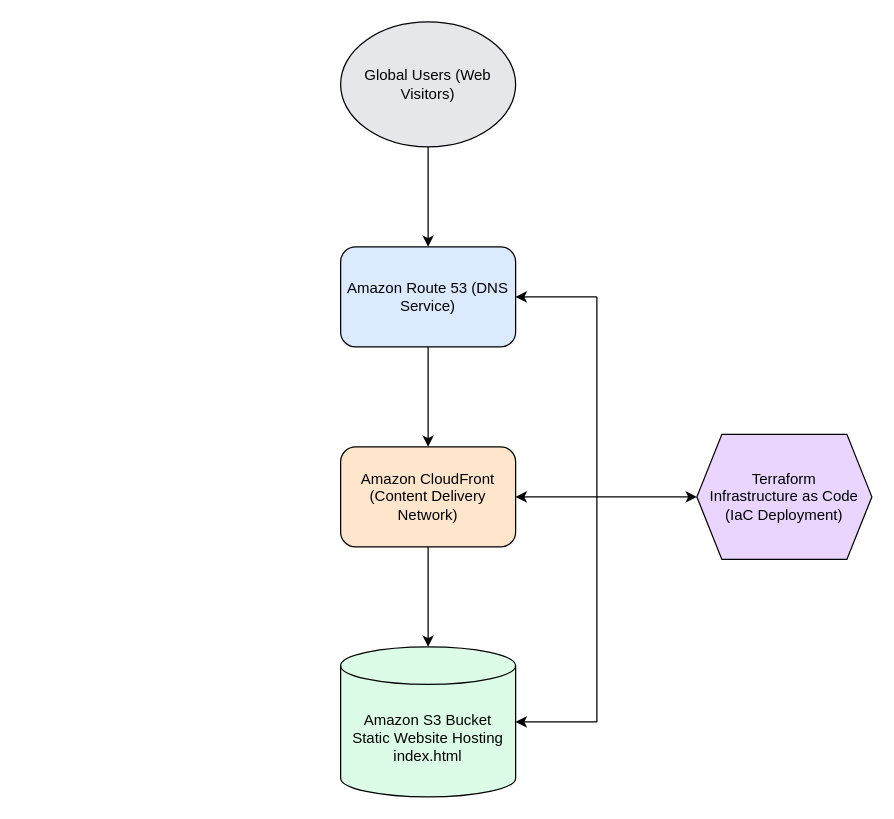
The draw.io diagram cloud_programming_diagram 1.drawio in Matasem-h/SimpleFlowcharts, before the edit. Source tidied: cells renumbered, new cells numbered last; positions are measured from the earlier drawing's top-left corner, leaving out a move shared by most shapes. Both pictures are drawn from the tidied source at 125%, with x=0, y=0 at pixel (340, 21).
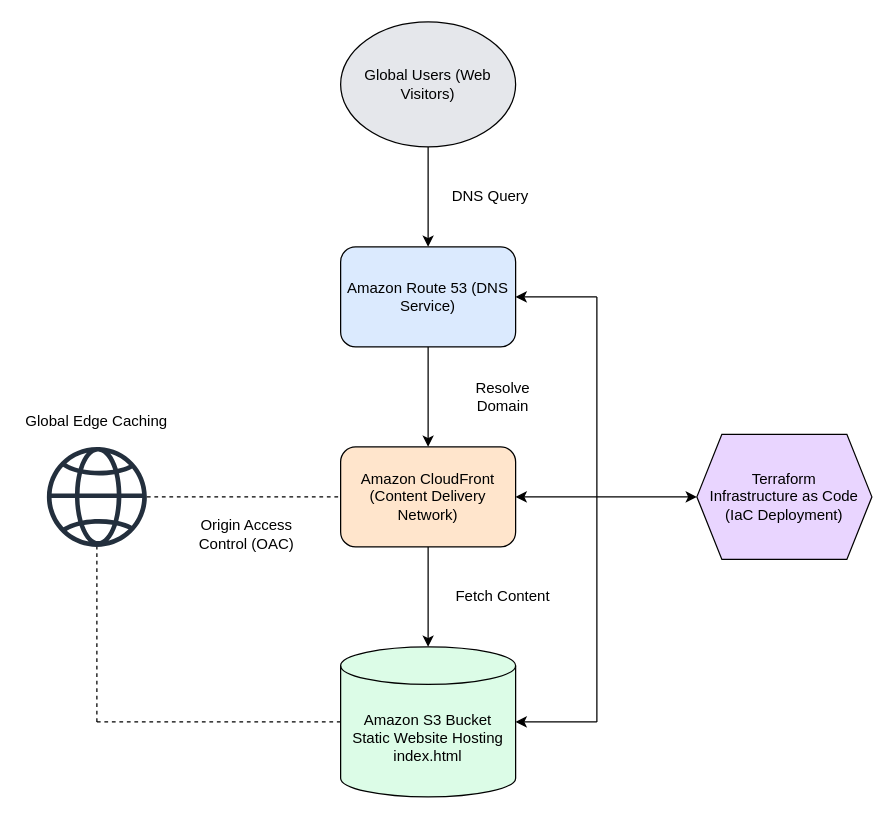
The same page after the edit.

Unchanged cells that the change refers to:
```xml
<mxCell id="7" value="Amazon CloudFront (Content Delivery Network)" style="rounded=1;whiteSpace=wrap;html=1;fillColor=#FFE5CC;" parent="1" vertex="1">
  <mxGeometry y="340" width="140" height="80" as="geometry" />
</mxCell>
<mxCell id="8" value="&lt;div&gt;Amazon S3 Bucket&lt;/div&gt;&lt;div&gt;Static Website Hosting&lt;/div&gt;&lt;div&gt;index.html&lt;/div&gt;" style="shape=cylinder3;whiteSpace=wrap;html=1;boundedLbl=1;backgroundOutline=1;size=15;fillColor=#DCFCE7;" parent="1" vertex="1">
  <mxGeometry y="500" width="140" height="120" as="geometry" />
</mxCell>
```

Change to the diagram source:
```diff
@@
+    <mxCell id="15" value="&lt;div&gt;Origin Access Control (OAC)&lt;/div&gt;" style="text;html=1;whiteSpace=wrap;strokeColor=none;fillColor=none;align=center;verticalAlign=middle;rounded=0;" parent="1" vertex="1">
+      <mxGeometry x="-115" y="390" width="80" height="40" as="geometry" />
+    </mxCell>
+    <mxCell id="16" style="sketch=0;outlineConnect=0;fontColor=#232F3E;gradientColor=none;fillColor=#232F3D;strokeColor=none;dashed=0;verticalLabelPosition=bottom;verticalAlign=top;align=center;html=1;fontSize=12;fontStyle=0;shape=mxgraph.aws4.globe;" parent="1" vertex="1">
+      <mxGeometry x="-235" y="340" width="80" height="80" as="geometry" />
+    </mxCell>
+    <mxCell id="17" style="endArrow=none;dashed=1;html=1;rounded=0;entryX=0;entryY=0.5;entryDx=0;entryDy=0;entryPerimeter=0;" parent="1" edge="1" target="8">
+      <mxGeometry relative="1" as="geometry">
+        <mxPoint x="-195" y="560" as="sourcePoint" />
+      </mxGeometry>
+    </mxCell>
+    <mxCell id="18" style="endArrow=none;dashed=1;html=1;rounded=0;" parent="1" edge="1" target="16">
+      <mxGeometry relative="1" as="geometry">
+        <mxPoint x="-195" y="560" as="sourcePoint" />
+      </mxGeometry>
+    </mxCell>
+    <mxCell id="19" style="endArrow=none;dashed=1;html=1;rounded=0;entryX=0;entryY=0.5;entryDx=0;entryDy=0;" parent="1" edge="1" source="16" target="7">
+      <mxGeometry relative="1" as="geometry" />
+    </mxCell>
+    <mxCell id="20" value="&lt;div&gt;Global Edge Caching&lt;/div&gt;" style="text;html=1;whiteSpace=wrap;strokeColor=none;fillColor=none;align=center;verticalAlign=middle;rounded=0;" parent="1" vertex="1">
+      <mxGeometry x="-255" y="310" width="120" height="20" as="geometry" />
+    </mxCell>
+    <mxCell id="21" value="&lt;div&gt;DNS Query&lt;/div&gt;" style="text;html=1;whiteSpace=wrap;strokeColor=none;fillColor=none;align=center;verticalAlign=middle;rounded=0;" parent="1" vertex="1">
+      <mxGeometry x="85" y="130" width="70" height="20" as="geometry" />
+    </mxCell>
+    <mxCell id="22" value="&lt;div&gt;Resolve Domain&lt;/div&gt;" style="text;html=1;whiteSpace=wrap;strokeColor=none;fillColor=none;align=center;verticalAlign=middle;rounded=0;" parent="1" vertex="1">
+      <mxGeometry x="85" y="290" width="90" height="20" as="geometry" />
+    </mxCell>
+    <mxCell id="23" value="&lt;div&gt;Fetch Content&lt;/div&gt;" style="text;html=1;whiteSpace=wrap;strokeColor=none;fillColor=none;align=center;verticalAlign=middle;rounded=0;" parent="1" vertex="1">
+      <mxGeometry x="85" y="450" width="90" height="20" as="geometry" />
+    </mxCell>
```
